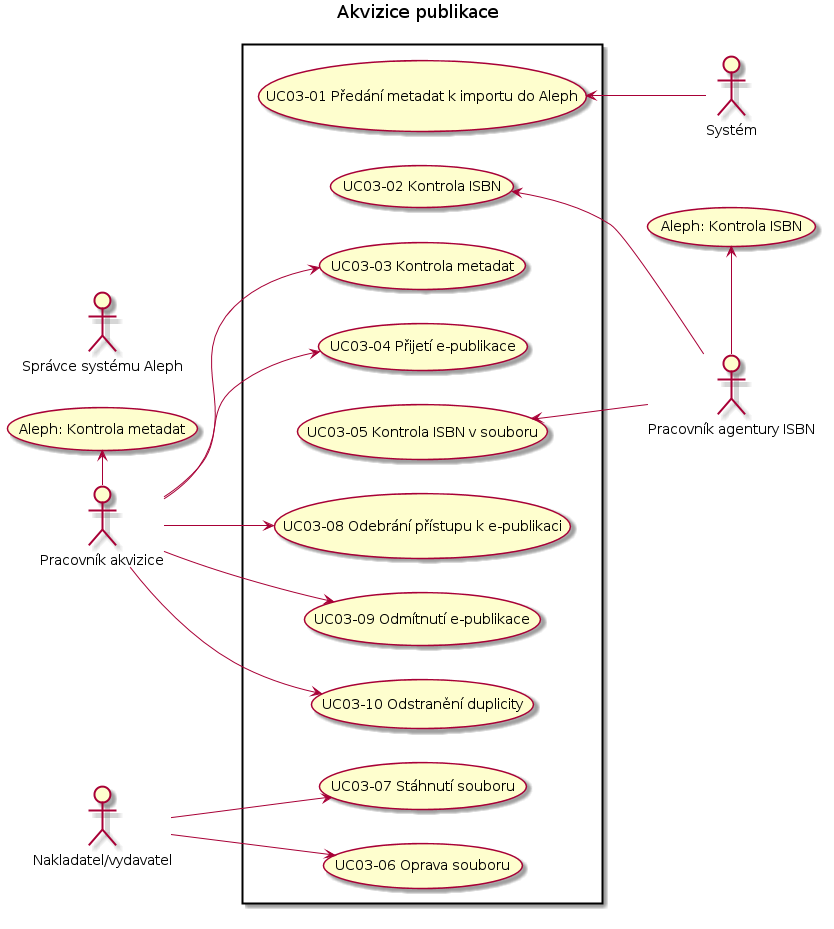
The PlantUML diagram docs/uc03.png in edeposit/edeposit.policy, before a commit.
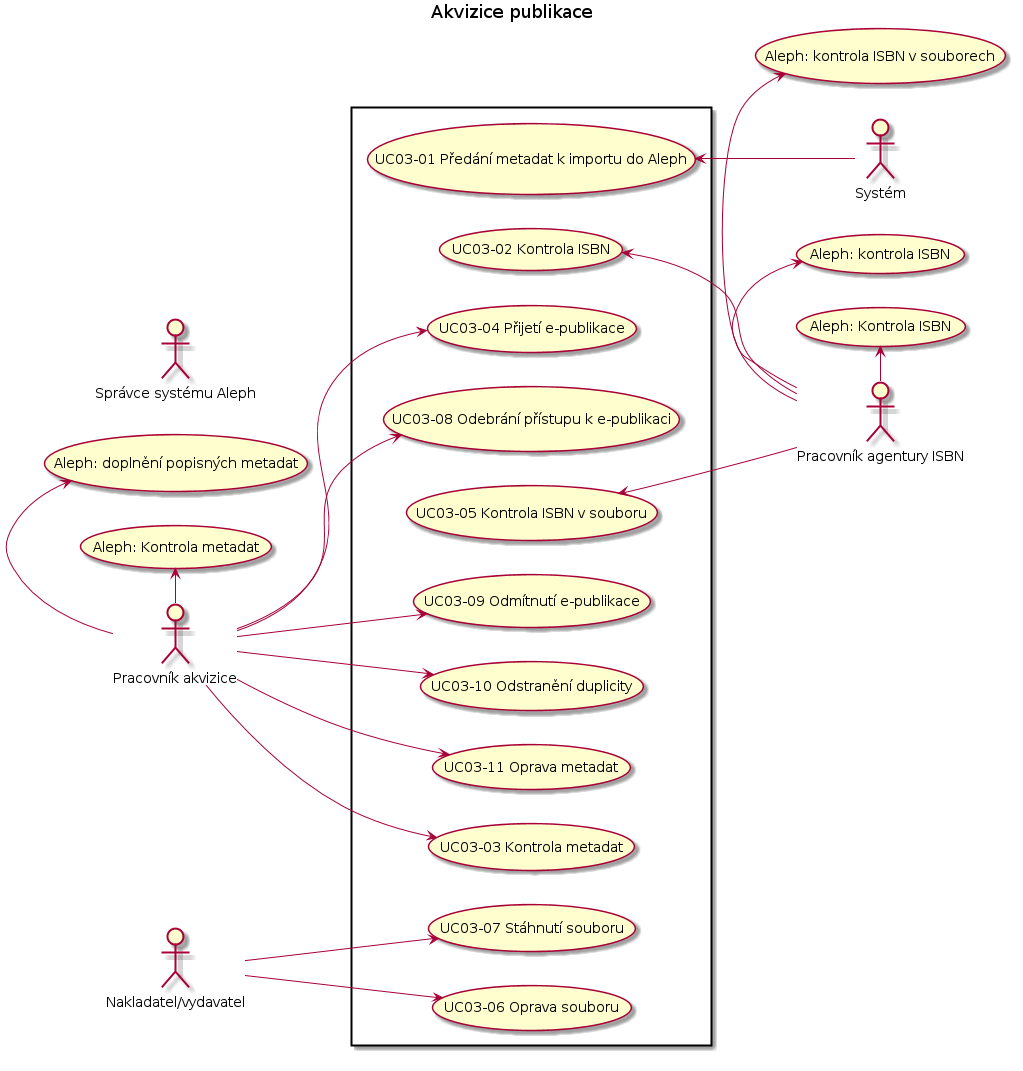
Above is the later version.

The edit, as a diff of the source:
```diff
@@ -23,5 +23,9 @@
 	   :akv: --> (UC03-08 Odebrání p?ístupu k e-publikaci)
 	   :akv: --> (UC03-09 Odmítnutí e-publikace)
 	   :akv: --> (UC03-10 Odstran?ní duplicity)
+	   :akv: --> (UC03-11 Oprava metadat)
 }
+:akv: -left-> (Aleph: dopln?ní popisných metadat)
+:isbn: -left-> (Aleph: kontrola ISBN)
+:isbn: -left-> (Aleph: kontrola ISBN v souborech)
 @enduml
```
